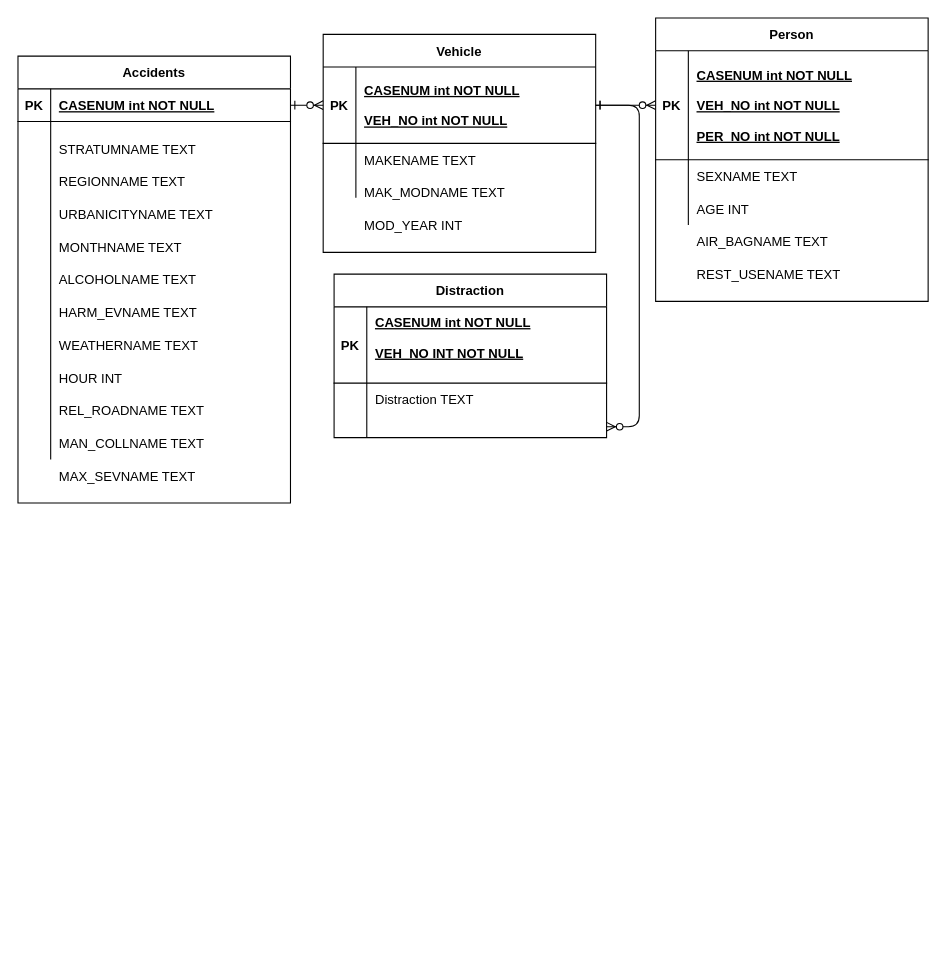
Before: segment-1/ERD_1.drawio in amburu4159/group-3-ku042021, a draw.io diagram. Source tidied: cells renumbered, new cells numbered last; positions are measured from the earlier drawing's top-left corner, leaving out a move shared by most shapes. Both pictures are drawn from the tidied source at 109%, with x=0, y=0 at pixel (17, 17).
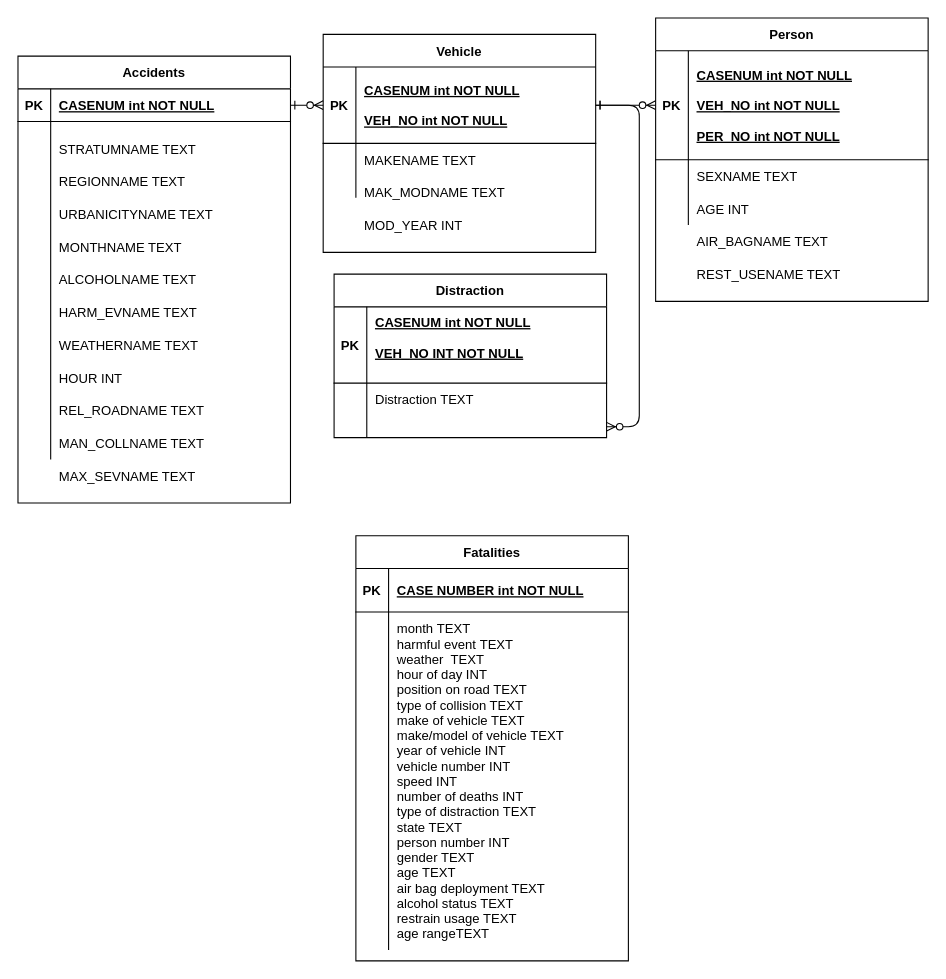
The same page after the edit.

Change to the diagram source:
```diff
@@
+    <mxCell id="60" value="Fatalities" style="shape=table;startSize=30;childLayout=tableLayout;rowLines=0;fontStyle=1;align=center;" parent="1" vertex="1">
+      <mxGeometry x="310" y="475" width="250" height="390" as="geometry" />
+    </mxCell>
+    <mxCell id="61" style="shape=partialRectangle;fillColor=none;top=0;left=0;right=0;bottom=1;" parent="60" vertex="1">
+      <mxGeometry y="30" width="250" height="40" as="geometry" />
+    </mxCell>
+    <mxCell id="62" value="PK" style="shape=partialRectangle;overflow=hidden;fillColor=none;top=0;left=0;bottom=0;right=0;fontStyle=1;" parent="61" vertex="1">
+      <mxGeometry width="30" height="40" as="geometry" />
+    </mxCell>
+    <mxCell id="63" value="CASE NUMBER int NOT NULL " style="shape=partialRectangle;overflow=hidden;fillColor=none;top=0;left=0;bottom=0;right=0;align=left;spacingLeft=6;fontStyle=5;" parent="61" vertex="1">
+      <mxGeometry x="30" width="220" height="40" as="geometry" />
+    </mxCell>
+    <mxCell id="64" style="shape=partialRectangle;fillColor=none;top=0;left=0;right=0;bottom=0;" parent="60" vertex="1">
+      <mxGeometry y="70" width="250" height="310" as="geometry" />
+    </mxCell>
+    <mxCell id="65" style="shape=partialRectangle;overflow=hidden;fillColor=none;top=0;left=0;bottom=0;right=0;" parent="64" vertex="1">
+      <mxGeometry width="30" height="310" as="geometry" />
+    </mxCell>
+    <mxCell id="66" value="month TEXT&#10;harmful event TEXT&#10;weather  TEXT&#10;hour of day INT&#10;position on road TEXT&#10;type of collision TEXT&#10;make of vehicle TEXT&#10;make/model of vehicle TEXT&#10;year of vehicle INT&#10;vehicle number INT&#10;speed INT&#10;number of deaths INT&#10;type of distraction TEXT&#10;state TEXT&#10;person number INT&#10;gender TEXT&#10;age TEXT&#10;air bag deployment TEXT&#10;alcohol status TEXT&#10;restrain usage TEXT &#10;age rangeTEXT" style="shape=partialRectangle;overflow=hidden;fillColor=none;top=0;left=0;bottom=0;right=0;align=left;spacingLeft=6;" parent="64" vertex="1">
+      <mxGeometry x="30" width="220" height="310" as="geometry" />
+    </mxCell>
```
